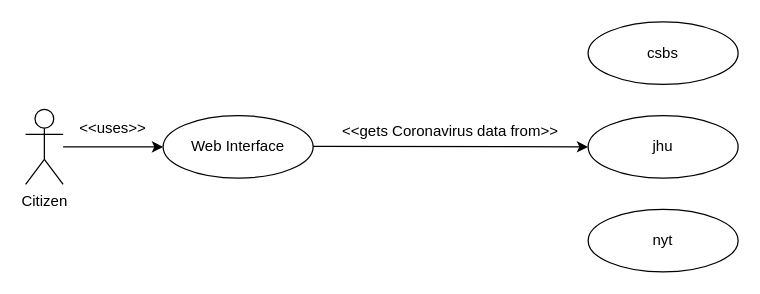
Before: Untitled Diagram.drawio in ChenYaooooo/mfgr, a draw.io diagram. Source tidied: cells renumbered, new cells numbered last; positions are measured from the earlier drawing's top-left corner, leaving out a move shared by most shapes. Both pictures are drawn from the tidied source at 125%, with x=0, y=0 at pixel (25, 21).
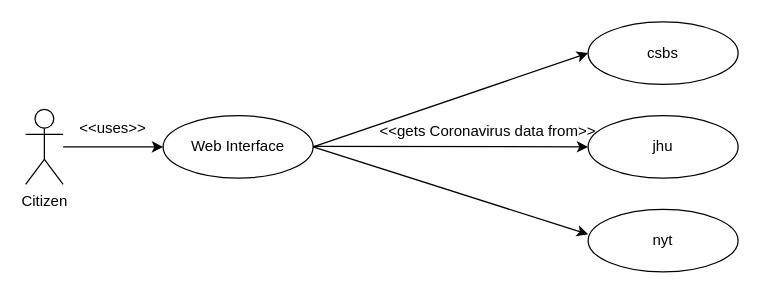
After the change.

What changed in the source:
```diff
@@
 <mxGraphModel>
   <root>
     <mxCell id="0" />
     <mxCell id="1" parent="0" />
     <mxCell id="2" value="Citizen" style="shape=umlActor;verticalLabelPosition=bottom;verticalAlign=top;html=1;" parent="1" vertex="1">
       <mxGeometry y="70" width="30" height="60" as="geometry" />
     </mxCell>
     <mxCell id="3" value="Web Interface" style="ellipse;whiteSpace=wrap;html=1;" parent="1" vertex="1">
       <mxGeometry x="110" y="75" width="120" height="50" as="geometry" />
     </mxCell>
     <mxCell id="4" style="endArrow=classic;html=1;entryX=0;entryY=0.5;entryDx=0;entryDy=0;" parent="1" edge="1" target="3">
       <mxGeometry relative="1" as="geometry">
         <mxPoint x="30" y="100" as="sourcePoint" />
       </mxGeometry>
     </mxCell>
     <mxCell id="5" value="&amp;lt;&amp;lt;uses&amp;gt;&amp;gt;" style="text;html=1;strokeColor=none;fillColor=none;align=center;verticalAlign=middle;whiteSpace=wrap;rounded=0;" parent="1" vertex="1">
       <mxGeometry x="50" y="75" width="40" height="20" as="geometry" />
     </mxCell>
     <mxCell id="6" value="jhu" style="ellipse;whiteSpace=wrap;html=1;" parent="1" vertex="1">
       <mxGeometry x="450" y="75" width="120" height="50" as="geometry" />
     </mxCell>
     <mxCell id="7" value="&amp;lt;&amp;lt;gets Coronavirus data from&amp;gt;&amp;gt;" style="text;html=1;strokeColor=none;fillColor=none;align=center;verticalAlign=middle;whiteSpace=wrap;rounded=0;" parent="1" vertex="1">
-      <mxGeometry x="240" y="80" width="200" height="15" as="geometry" />
+      <mxGeometry x="270" y="80" width="200" height="15" as="geometry" />
     </mxCell>
     <mxCell id="8" style="endArrow=classic;html=1;entryX=0;entryY=0.5;entryDx=0;entryDy=0;" parent="1" edge="1" target="6">
       <mxGeometry relative="1" as="geometry">
         <mxPoint x="230" y="99.5" as="sourcePoint" />
       </mxGeometry>
     </mxCell>
     <mxCell id="9" value="csbs" style="ellipse;whiteSpace=wrap;html=1;" parent="1" vertex="1">
       <mxGeometry x="450" width="120" height="50" as="geometry" />
     </mxCell>
     <mxCell id="10" value="nyt" style="ellipse;whiteSpace=wrap;html=1;" parent="1" vertex="1">
       <mxGeometry x="450" y="150" width="120" height="50" as="geometry" />
     </mxCell>
+    <mxCell id="11" style="endArrow=classic;html=1;entryX=0;entryY=0.5;entryDx=0;entryDy=0;exitX=1;exitY=0.5;exitDx=0;exitDy=0;" parent="1" edge="1" source="3" target="9">
+      <mxGeometry relative="1" as="geometry" />
+    </mxCell>
+    <mxCell id="12" style="endArrow=classic;html=1;exitX=1;exitY=0.5;exitDx=0;exitDy=0;" parent="1" edge="1" source="3">
+      <mxGeometry relative="1" as="geometry">
+        <mxPoint x="450" y="170" as="targetPoint" />
+      </mxGeometry>
+    </mxCell>
   </root>
 </mxGraphModel>
```
